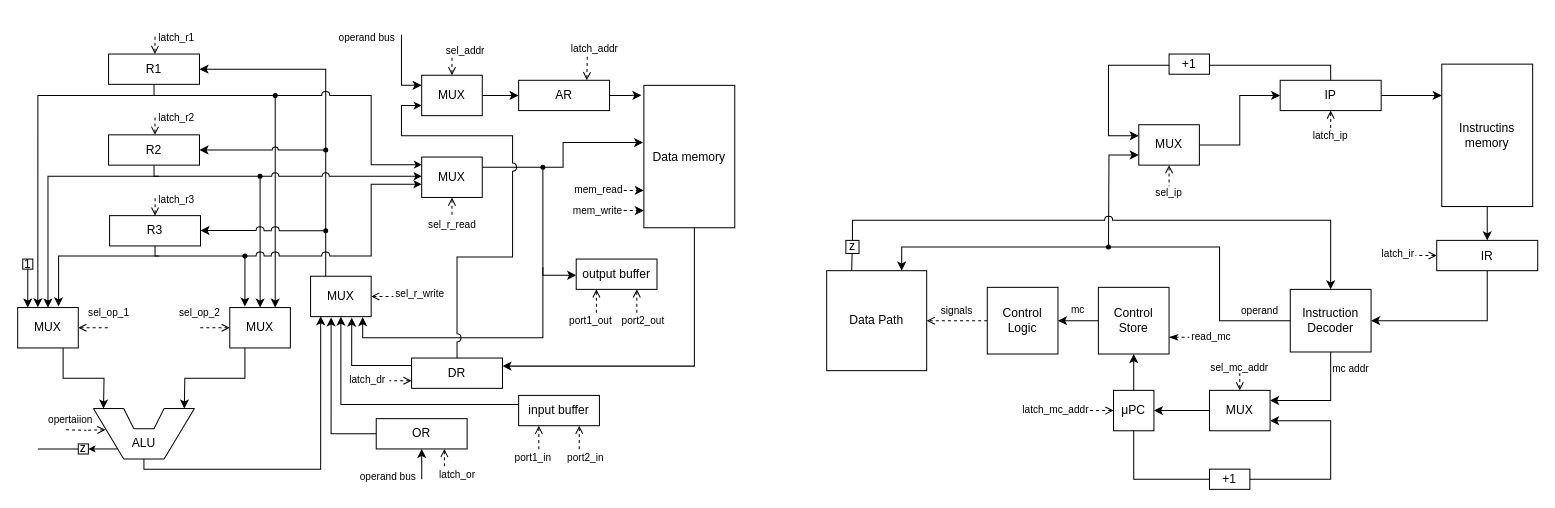
Earlier version of the draw.io diagram resources/machine.drawio (DenisBilobram/csa-lab3-bilobram). Source tidied: cells renumbered, new cells numbered last; positions are measured from the earlier drawing's top-left corner, leaving out a move shared by most shapes. Both pictures are drawn from the tidied source at 101%, with x=0, y=0 at pixel (17, 17).
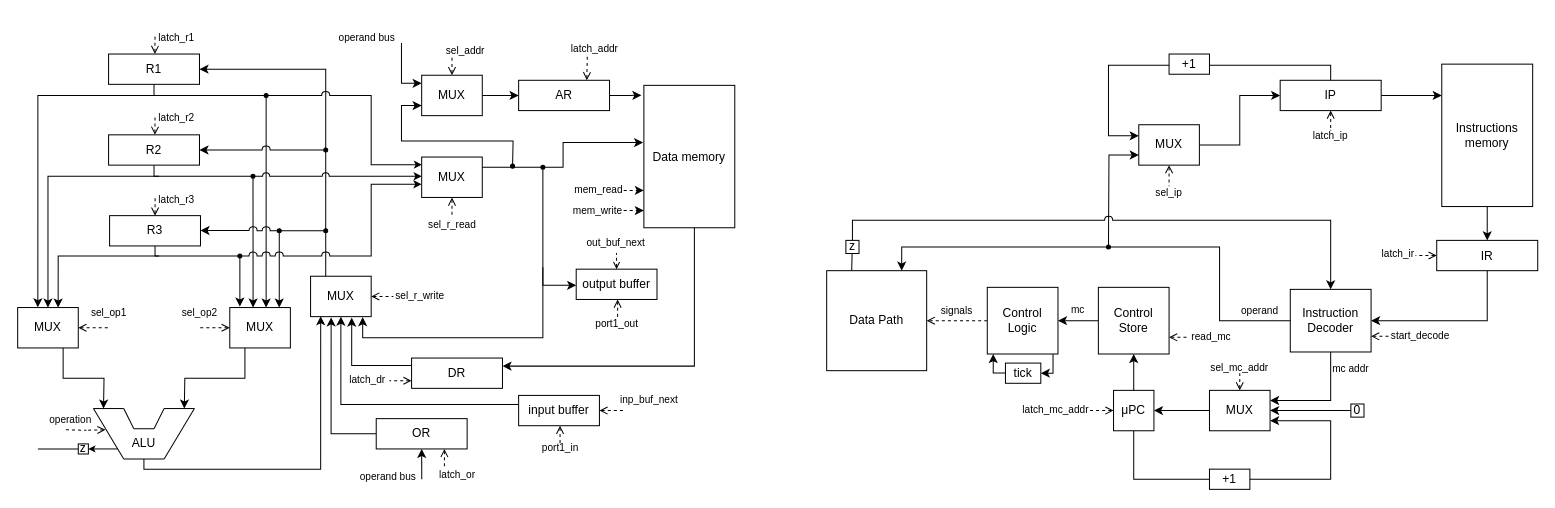
After the change.

Unchanged cells that the change refers to:
```xml
<mxCell id="13" value="R2" style="rounded=0;whiteSpace=wrap;html=1;" parent="1" vertex="1">
  <mxGeometry x="90" y="116" width="90" height="30" as="geometry" />
</mxCell>
<mxCell id="30" value="MUX" style="rounded=0;whiteSpace=wrap;html=1;" parent="1" vertex="1">
  <mxGeometry y="287" width="60" height="40" as="geometry" />
</mxCell>
<mxCell id="32" value="MUX" style="rounded=0;whiteSpace=wrap;html=1;" parent="1" vertex="1">
  <mxGeometry x="210" y="287" width="60" height="40" as="geometry" />
</mxCell>
<mxCell id="64" value="input buffer" style="rounded=0;whiteSpace=wrap;html=1;" parent="1" vertex="1">
  <mxGeometry x="496" y="374" width="80" height="30" as="geometry" />
</mxCell>
<mxCell id="76" value="DR" style="rounded=0;whiteSpace=wrap;html=1;" parent="1" vertex="1">
  <mxGeometry x="390" y="337" width="90" height="30" as="geometry" />
</mxCell>
<mxCell id="92" value="MUX" style="rounded=0;whiteSpace=wrap;html=1;" parent="1" vertex="1">
  <mxGeometry x="400" y="57" width="60" height="40" as="geometry" />
</mxCell>
<mxCell id="107" value="Instruction Decoder" style="rounded=0;whiteSpace=wrap;html=1;" parent="1" vertex="1">
  <mxGeometry x="1260" y="269" width="80" height="62" as="geometry" />
</mxCell>
<mxCell id="117" value="Control Store" style="rounded=0;whiteSpace=wrap;html=1;" parent="1" vertex="1">
  <mxGeometry x="1070" y="267" width="70" height="66" as="geometry" />
</mxCell>
<mxCell id="120" value="MUX" style="rounded=0;whiteSpace=wrap;html=1;" parent="1" vertex="1">
  <mxGeometry x="1180" y="369" width="60" height="40" as="geometry" />
</mxCell>
```

The edit, as a diff of the source:
```diff
@@
-    <mxCell id="3" value="opertaiion" style="text;html=1;align=center;verticalAlign=middle;strokeColor=none;fillColor=none;fontSize=10;" parent="1" vertex="1">
+    <mxCell id="3" value="operation" style="text;html=1;align=center;verticalAlign=middle;strokeColor=none;fillColor=none;fontSize=10;" parent="1" vertex="1">
       <mxGeometry x="17" y="383" width="70" height="30" as="geometry" />
     </mxCell>
@@
-    <mxCell id="15" style="edgeStyle=orthogonalEdgeStyle;rounded=0;orthogonalLoop=1;jettySize=auto;html=1;entryX=0.675;entryY=-0.006;entryDx=0;entryDy=0;entryPerimeter=0;" parent="1" edge="1">
+    <mxCell id="15" style="edgeStyle=orthogonalEdgeStyle;rounded=0;jettySize=auto;html=1;entryX=0.668;entryY=0.002;entryDx=0;entryDy=0;entryPerimeter=0;" parent="1" edge="1" target="30">
       <mxGeometry relative="1" as="geometry">
         <mxPoint x="140" y="236" as="sourcePoint" />
-        <mxPoint x="40.5" y="285.8" as="targetPoint" />
         <Array as="points">
-          <mxPoint x="91" y="236" />
           <mxPoint x="40" y="236" />
-          <mxPoint x="40" y="286" />
         </Array>
       </mxGeometry>
     </mxCell>
@@
+    <mxCell id="140" style="edgeStyle=orthogonalEdgeStyle;rounded=0;orthogonalLoop=1;jettySize=auto;html=1;exitX=0.75;exitY=0;exitDx=0;exitDy=0;endArrow=oval;endFill=1;endSize=4;startArrow=classic;startFill=1;startSize=6;" parent="1" edge="1">
+      <mxGeometry relative="1" as="geometry">
+        <mxPoint x="259" y="287" as="sourcePoint" />
+        <mxPoint x="259" y="211" as="targetPoint" />
+      </mxGeometry>
+    </mxCell>
@@
-    <mxCell id="33" value="sel_op_1" style="text;html=1;align=center;verticalAlign=middle;strokeColor=none;fillColor=none;fontSize=10;" parent="1" vertex="1">
+    <mxCell id="33" value="sel_op1" style="text;html=1;align=center;verticalAlign=middle;strokeColor=none;fillColor=none;fontSize=10;" parent="1" vertex="1">
       <mxGeometry x="60" y="277" width="60" height="30" as="geometry" />
     </mxCell>
-    <mxCell id="34" value="sel_op_2" style="text;html=1;align=center;verticalAlign=middle;strokeColor=none;fillColor=none;fontSize=10;" parent="1" vertex="1">
+    <mxCell id="34" value="sel_op2" style="text;html=1;align=center;verticalAlign=middle;strokeColor=none;fillColor=none;fontSize=10;" parent="1" vertex="1">
       <mxGeometry x="150" y="277" width="60" height="30" as="geometry" />
     </mxCell>
@@
-    <mxCell id="37" value="1" style="whiteSpace=wrap;html=1;" parent="1" vertex="1">
-      <mxGeometry x="5" y="239" width="10" height="10" as="geometry" />
-    </mxCell>
-    <mxCell id="38" style="edgeStyle=orthogonalEdgeStyle;rounded=0;jettySize=auto;html=1;entryX=0.25;entryY=0;entryDx=0;entryDy=0;" parent="1" edge="1" source="37">
-      <mxGeometry relative="1" as="geometry">
-        <mxPoint x="10" y="287" as="targetPoint" />
-      </mxGeometry>
-    </mxCell>
@@
-    <mxCell id="55" style="edgeStyle=orthogonalEdgeStyle;rounded=0;jettySize=auto;html=1;exitX=0.25;exitY=1;exitDx=0;exitDy=0;endArrow=none;endFill=0;startArrow=open;startFill=0;dashed=1;" parent="1" edge="1" source="56">
+    <mxCell id="55" style="edgeStyle=orthogonalEdgeStyle;rounded=0;orthogonalLoop=1;jettySize=auto;html=1;exitX=0.25;exitY=1;exitDx=0;exitDy=0;endArrow=none;endFill=0;startArrow=open;startFill=0;dashed=1;" parent="1" edge="1">
       <mxGeometry relative="1" as="geometry">
-        <mxPoint x="573" y="293" as="targetPoint" />
+        <mxPoint x="594" y="279" as="sourcePoint" />
+        <mxPoint x="594" y="299" as="targetPoint" />
       </mxGeometry>
     </mxCell>
+    <mxCell id="141" style="edgeStyle=orthogonalEdgeStyle;rounded=0;jettySize=auto;html=1;exitX=0.5;exitY=0;exitDx=0;exitDy=0;startArrow=open;startFill=0;endArrow=none;endFill=0;dashed=1;endSize=6;startSize=5;" parent="1" edge="1" source="56">
+      <mxGeometry relative="1" as="geometry">
+        <mxPoint x="592.9" y="233" as="targetPoint" />
+      </mxGeometry>
+    </mxCell>
     <mxCell id="56" value="output buffer" style="rounded=0;whiteSpace=wrap;html=1;" parent="1" vertex="1">
-      <mxGeometry x="553" y="239" width="80" height="30" as="geometry" />
+      <mxGeometry x="553" y="249" width="80" height="30" as="geometry" />
     </mxCell>
     <mxCell id="57" style="edgeStyle=orthogonalEdgeStyle;rounded=0;orthogonalLoop=1;jettySize=auto;html=1;startArrow=oval;startFill=1;endSize=6;startSize=4;jumpSize=6;entryX=0;entryY=0.5;entryDx=0;entryDy=0;" parent="1" edge="1">
       <mxGeometry relative="1" as="geometry">
         <mxPoint x="520" y="148" as="sourcePoint" />
-        <mxPoint x="553" y="255" as="targetPoint" />
+        <mxPoint x="553" y="265" as="targetPoint" />
         <Array as="points">
-          <mxPoint x="520" y="148" />
-          <mxPoint x="520" y="255" />
+          <mxPoint x="520" y="158" />
+          <mxPoint x="520" y="265" />
         </Array>
       </mxGeometry>
     </mxCell>
-    <mxCell id="58" style="edgeStyle=orthogonalEdgeStyle;rounded=0;orthogonalLoop=1;jettySize=auto;html=1;exitX=0.25;exitY=1;exitDx=0;exitDy=0;endArrow=none;endFill=0;startArrow=open;startFill=0;dashed=1;" parent="1" edge="1">
-      <mxGeometry relative="1" as="geometry">
-        <mxPoint x="613" y="269" as="sourcePoint" />
-        <mxPoint x="613" y="293" as="targetPoint" />
-      </mxGeometry>
-    </mxCell>
     <mxCell id="59" value="port1_out" style="text;html=1;align=center;verticalAlign=middle;strokeColor=none;fillColor=none;fontSize=10;" parent="1" vertex="1">
-      <mxGeometry x="532" y="285" width="70" height="30" as="geometry" />
+      <mxGeometry x="558" y="288" width="70" height="30" as="geometry" />
     </mxCell>
-    <mxCell id="60" value="port2_out" style="text;html=1;align=center;verticalAlign=middle;strokeColor=none;fillColor=none;fontSize=10;" parent="1" vertex="1">
-      <mxGeometry x="584" y="285" width="70" height="30" as="geometry" />
-    </mxCell>
@@
+    <mxCell id="142" style="edgeStyle=orthogonalEdgeStyle;rounded=0;jettySize=auto;html=1;exitX=1;exitY=0.5;exitDx=0;exitDy=0;dashed=1;startArrow=open;startFill=0;endArrow=none;endFill=0;" parent="1" edge="1" source="64">
+      <mxGeometry relative="1" as="geometry">
+        <mxPoint x="600" y="389.1" as="targetPoint" />
+      </mxGeometry>
+    </mxCell>
@@
     <mxCell id="65" style="edgeStyle=orthogonalEdgeStyle;rounded=0;orthogonalLoop=1;jettySize=auto;html=1;exitX=0.25;exitY=1;exitDx=0;exitDy=0;endArrow=none;endFill=0;startArrow=open;startFill=0;dashed=1;" parent="1" edge="1">
       <mxGeometry relative="1" as="geometry">
-        <mxPoint x="516" y="404" as="sourcePoint" />
-        <mxPoint x="516" y="428" as="targetPoint" />
+        <mxPoint x="537" y="404" as="sourcePoint" />
+        <mxPoint x="537" y="422" as="targetPoint" />
       </mxGeometry>
     </mxCell>
-    <mxCell id="66" style="edgeStyle=orthogonalEdgeStyle;rounded=0;orthogonalLoop=1;jettySize=auto;html=1;exitX=0.25;exitY=1;exitDx=0;exitDy=0;endArrow=none;endFill=0;startArrow=open;startFill=0;dashed=1;" parent="1" edge="1">
-      <mxGeometry relative="1" as="geometry">
-        <mxPoint x="556" y="404" as="sourcePoint" />
-        <mxPoint x="556" y="428" as="targetPoint" />
-      </mxGeometry>
-    </mxCell>
     <mxCell id="67" value="port1_in" style="text;html=1;align=center;verticalAlign=middle;strokeColor=none;fillColor=none;fontSize=10;" parent="1" vertex="1">
-      <mxGeometry x="480" y="420" width="60" height="30" as="geometry" />
+      <mxGeometry x="507" y="411" width="60" height="30" as="geometry" />
     </mxCell>
-    <mxCell id="68" value="port2_in" style="text;html=1;align=center;verticalAlign=middle;strokeColor=none;fillColor=none;fontSize=10;" parent="1" vertex="1">
-      <mxGeometry x="532" y="420" width="60" height="30" as="geometry" />
-    </mxCell>
     <mxCell id="69" value="sel_r_write" style="text;html=1;align=center;verticalAlign=middle;strokeColor=none;fillColor=none;fontSize=10;" parent="1" vertex="1">
-      <mxGeometry x="363" y="258" width="70" height="30" as="geometry" />
+      <mxGeometry x="363" y="260" width="70" height="30" as="geometry" />
     </mxCell>
@@
-    <mxCell id="75" style="edgeStyle=orthogonalEdgeStyle;rounded=0;jettySize=auto;html=1;endSize=5;jumpStyle=arc;jumpSize=8;entryX=0;entryY=0.75;entryDx=0;entryDy=0;" parent="1" edge="1" source="76" target="92">
-      <mxGeometry relative="1" as="geometry">
-        <Array as="points">
-          <mxPoint x="435" y="237" />
-          <mxPoint x="490" y="237" />
-          <mxPoint x="490" y="117" />
-          <mxPoint x="380" y="117" />
-          <mxPoint x="380" y="87" />
-        </Array>
-      </mxGeometry>
-    </mxCell>
@@
-    <mxCell id="82" style="edgeStyle=orthogonalEdgeStyle;rounded=0;jettySize=auto;html=1;entryX=0.75;entryY=0;entryDx=0;entryDy=0;entryPerimeter=0;startArrow=oval;startFill=1;endSize=6;startSize=4;" parent="1" edge="1" target="32">
+    <mxCell id="82" style="edgeStyle=orthogonalEdgeStyle;rounded=0;orthogonalLoop=1;jettySize=auto;html=1;entryX=0.75;entryY=0;entryDx=0;entryDy=0;entryPerimeter=0;startArrow=oval;startFill=1;endSize=6;startSize=4;" parent="1" edge="1">
       <mxGeometry relative="1" as="geometry">
-        <mxPoint x="255" y="77" as="sourcePoint" />
+        <mxPoint x="246" y="77" as="sourcePoint" />
+        <mxPoint x="246" y="287" as="targetPoint" />
         <Array as="points">
-          <mxPoint x="255" y="97" />
+          <mxPoint x="246" y="97" />
         </Array>
       </mxGeometry>
     </mxCell>
-    <mxCell id="83" style="endArrow=classic;html=1;rounded=0;entryX=1;entryY=0.5;entryDx=0;entryDy=0;jumpStyle=arc;startArrow=oval;startFill=1;startSize=4;" parent="1" edge="1" target="13">
+    <mxCell id="83" style="endArrow=classic;html=1;rounded=0;entryX=1;entryY=0.5;entryDx=0;entryDy=0;jumpStyle=arc;startArrow=oval;startFill=1;startSize=4;jumpSize=8;" parent="1" edge="1" target="13">
       <mxGeometry relative="1" as="geometry">
         <mxPoint x="305" y="131" as="sourcePoint" />
       </mxGeometry>
     </mxCell>
@@
-    <mxCell id="85" style="edgeStyle=orthogonalEdgeStyle;rounded=0;jettySize=auto;html=1;entryX=0.501;entryY=0;entryDx=0;entryDy=0;entryPerimeter=0;startArrow=oval;startFill=1;endSize=6;startSize=4;" parent="1" edge="1" target="32">
+    <mxCell id="85" style="edgeStyle=orthogonalEdgeStyle;rounded=0;orthogonalLoop=1;jettySize=auto;html=1;entryX=0.501;entryY=0;entryDx=0;entryDy=0;entryPerimeter=0;startArrow=oval;startFill=1;endSize=6;startSize=4;" parent="1" edge="1">
       <mxGeometry relative="1" as="geometry">
-        <mxPoint x="240" y="157" as="sourcePoint" />
+        <mxPoint x="233" y="157" as="sourcePoint" />
+        <mxPoint x="233.1" y="287" as="targetPoint" />
         <Array as="points">
-          <mxPoint x="240" y="167" />
+          <mxPoint x="233" y="167" />
         </Array>
       </mxGeometry>
     </mxCell>
@@
     <mxCell id="88" style="edgeStyle=orthogonalEdgeStyle;rounded=0;orthogonalLoop=1;jettySize=auto;html=1;entryX=0.25;entryY=0;entryDx=0;entryDy=0;startArrow=oval;startFill=1;startSize=4;" parent="1" edge="1">
       <mxGeometry relative="1" as="geometry">
-        <mxPoint x="225" y="236" as="sourcePoint" />
-        <mxPoint x="225" y="286" as="targetPoint" />
+        <mxPoint x="220" y="236" as="sourcePoint" />
+        <mxPoint x="220" y="286" as="targetPoint" />
         <Array as="points">
-          <mxPoint x="225" y="256" />
+          <mxPoint x="220" y="256" />
         </Array>
       </mxGeometry>
     </mxCell>
-    <mxCell id="89" style="edgeStyle=orthogonalEdgeStyle;rounded=0;jettySize=auto;html=1;endArrow=none;endFill=0;startArrow=classic;startFill=1;" parent="1" edge="1" source="92">
+    <mxCell id="89" style="edgeStyle=orthogonalEdgeStyle;rounded=0;orthogonalLoop=1;jettySize=auto;html=1;endArrow=none;endFill=0;startArrow=classic;startFill=1;" parent="1" edge="1">
       <mxGeometry relative="1" as="geometry">
-        <mxPoint x="380" y="17" as="targetPoint" />
+        <mxPoint x="400" y="65" as="sourcePoint" />
+        <mxPoint x="380" y="25" as="targetPoint" />
         <Array as="points">
-          <mxPoint x="380" y="67" />
+          <mxPoint x="380" y="65" />
         </Array>
       </mxGeometry>
     </mxCell>
@@
+    <mxCell id="143" style="edgeStyle=orthogonalEdgeStyle;rounded=0;jettySize=auto;html=1;exitX=0;exitY=0.75;exitDx=0;exitDy=0;endArrow=oval;endFill=1;endSize=4;startArrow=classic;startFill=1;" parent="1" edge="1" source="92">
+      <mxGeometry relative="1" as="geometry">
+        <mxPoint x="490" y="147" as="targetPoint" />
+      </mxGeometry>
+    </mxCell>
@@
-    <mxCell id="98" value="&lt;div style=&quot;&quot;&gt;&lt;span style=&quot;background-color: initial;&quot;&gt;Instructins memory&lt;/span&gt;&lt;/div&gt;" style="rounded=0;whiteSpace=wrap;html=1;verticalAlign=middle;align=center;" parent="1" vertex="1">
+    <mxCell id="98" value="&lt;div style=&quot;&quot;&gt;&lt;span style=&quot;background-color: initial;&quot;&gt;Instructions memory&lt;/span&gt;&lt;/div&gt;" style="rounded=0;whiteSpace=wrap;html=1;verticalAlign=middle;align=center;" parent="1" vertex="1">
       <mxGeometry x="1410" y="46" width="90" height="141" as="geometry" />
     </mxCell>
@@
+    <mxCell id="144" style="edgeStyle=orthogonalEdgeStyle;rounded=0;jettySize=auto;html=1;exitX=1;exitY=0.75;exitDx=0;exitDy=0;dashed=1;endArrow=none;endFill=0;startArrow=open;startFill=0;" parent="1" edge="1" source="107">
+      <mxGeometry relative="1" as="geometry">
+        <mxPoint x="1360" y="315.4" as="targetPoint" />
+      </mxGeometry>
+    </mxCell>
@@
+    <mxCell id="145" style="edgeStyle=orthogonalEdgeStyle;rounded=0;jettySize=auto;html=1;exitX=0.873;exitY=1.002;exitDx=0;exitDy=0;entryX=1;entryY=0.5;entryDx=0;entryDy=0;exitPerimeter=0;" parent="1" edge="1" target="149">
+      <mxGeometry relative="1" as="geometry">
+        <mxPoint x="1025.1" y="333.1" as="sourcePoint" />
+        <Array as="points">
+          <mxPoint x="1025" y="352" />
+        </Array>
+      </mxGeometry>
+    </mxCell>
@@
-    <mxCell id="116" style="edgeStyle=orthogonalEdgeStyle;rounded=0;jettySize=auto;html=1;exitX=1;exitY=0.75;exitDx=0;exitDy=0;startArrow=classicThin;startFill=1;endArrow=none;endFill=0;dashed=1;" parent="1" edge="1" source="117">
+    <mxCell id="116" style="edgeStyle=orthogonalEdgeStyle;rounded=0;jettySize=auto;html=1;exitX=1;exitY=0.75;exitDx=0;exitDy=0;startArrow=open;startFill=0;endArrow=none;endFill=0;dashed=1;" parent="1" edge="1" source="117">
       <mxGeometry relative="1" as="geometry">
         <mxPoint x="1160" y="316.6" as="targetPoint" />
       </mxGeometry>
     </mxCell>
@@
+    <mxCell id="146" value="inp_buf_next" style="text;html=1;align=center;verticalAlign=middle;strokeColor=none;fillColor=none;fontSize=10;" parent="1" vertex="1">
+      <mxGeometry x="585" y="363" width="80" height="30" as="geometry" />
+    </mxCell>
+    <mxCell id="147" value="out_buf_next" style="text;html=1;align=center;verticalAlign=middle;strokeColor=none;fillColor=none;fontSize=10;" parent="1" vertex="1">
+      <mxGeometry x="552" y="208" width="80" height="30" as="geometry" />
+    </mxCell>
+    <mxCell id="148" value="start_decode" style="text;html=1;align=center;verticalAlign=middle;whiteSpace=wrap;rounded=0;fontSize=10;" parent="1" vertex="1">
+      <mxGeometry x="1374" y="310" width="30" height="9" as="geometry" />
+    </mxCell>
+    <mxCell id="149" value="tick" style="rounded=0;whiteSpace=wrap;html=1;" parent="1" vertex="1">
+      <mxGeometry x="978" y="342" width="35" height="20" as="geometry" />
+    </mxCell>
+    <mxCell id="150" style="edgeStyle=orthogonalEdgeStyle;rounded=0;orthogonalLoop=1;jettySize=auto;html=1;exitX=0.873;exitY=1.002;exitDx=0;exitDy=0;entryX=1;entryY=0.5;entryDx=0;entryDy=0;exitPerimeter=0;endArrow=none;endFill=0;startArrow=classic;startFill=1;" parent="1" edge="1">
+      <mxGeometry relative="1" as="geometry">
+        <mxPoint x="965.9" y="333" as="sourcePoint" />
+        <mxPoint x="978" y="351.9" as="targetPoint" />
+        <Array as="points">
+          <mxPoint x="966" y="351.9" />
+        </Array>
+      </mxGeometry>
+    </mxCell>
+    <mxCell id="151" value="0" style="whiteSpace=wrap;html=1;" parent="1" vertex="1">
+      <mxGeometry x="1320" y="382.5" width="13" height="13" as="geometry" />
+    </mxCell>
+    <mxCell id="152" style="edgeStyle=orthogonalEdgeStyle;rounded=0;jettySize=auto;html=1;entryX=1;entryY=0.5;entryDx=0;entryDy=0;" parent="1" edge="1" source="151" target="120">
+      <mxGeometry relative="1" as="geometry" />
+    </mxCell>
```
